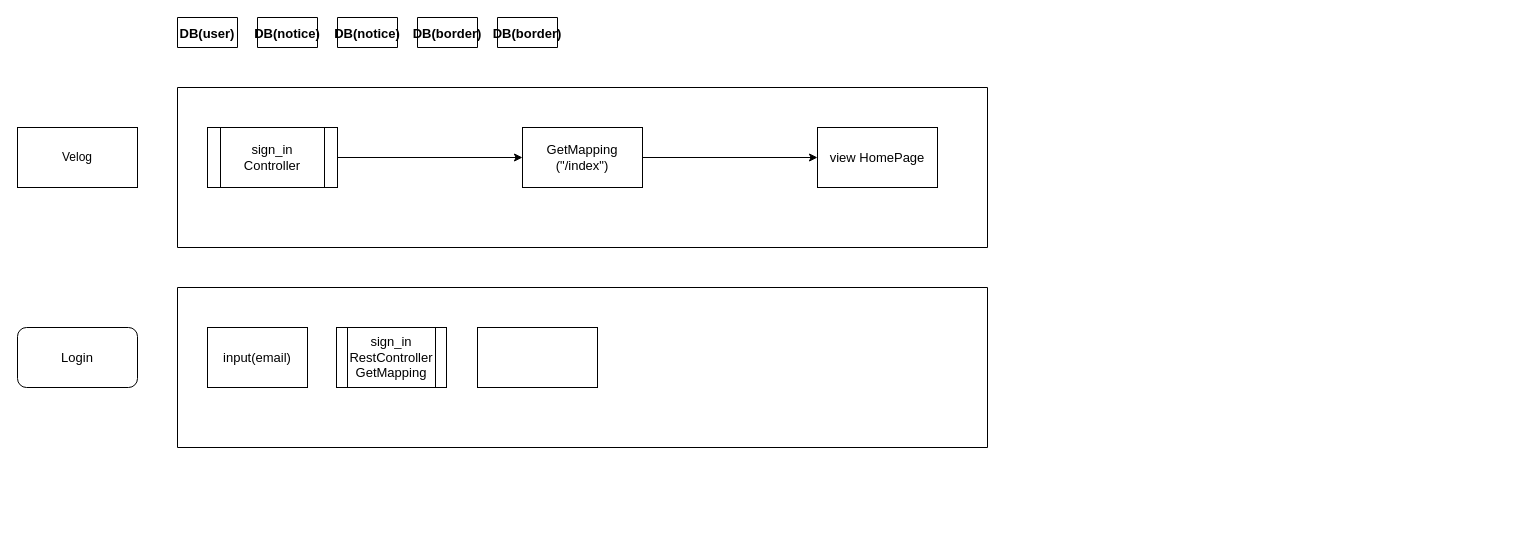
over0212/ProjectVelog keeps this draw.io diagram as velog Diagrams.drawio. Above is the earlier version. Source tidied: cells renumbered, new cells numbered last; positions are measured from the earlier drawing's top-left corner, leaving out a move shared by most shapes. Both pictures are drawn from the tidied source at 100%, with x=0, y=0 at pixel (17, 17).
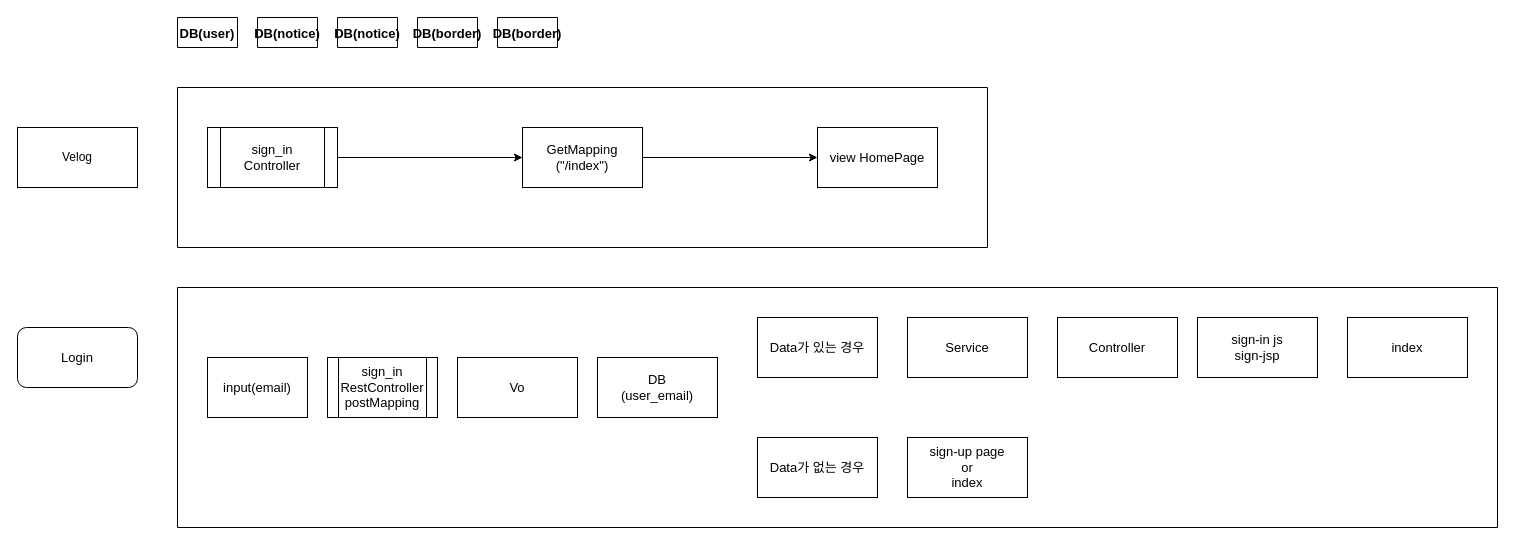
The same diagram, later.

Commit message (it also covers changes not shown here):
aiden Icon and diagrams

Diff of the diagram source:
```diff
@@
     <mxCell id="15" style="verticalLabelPosition=bottom;verticalAlign=top;html=1;shape=mxgraph.basic.rect;fillColor2=none;strokeWidth=1;size=20;indent=5;fontSize=13;" parent="1" vertex="1">
-      <mxGeometry x="160" y="270" width="810" height="160" as="geometry" />
+      <mxGeometry x="160" y="270" width="1320" height="240" as="geometry" />
     </mxCell>
     <mxCell id="16" value="input(email)" style="rounded=0;whiteSpace=wrap;html=1;fontSize=13;strokeWidth=1;verticalAlign=middle;align=center;" parent="1" vertex="1">
-      <mxGeometry x="190" y="310" width="100" height="60" as="geometry" />
+      <mxGeometry x="190" y="340" width="100" height="60" as="geometry" />
     </mxCell>
-    <mxCell id="17" value="sign_in&lt;br&gt;RestController&lt;br&gt;GetMapping" style="shape=process;whiteSpace=wrap;html=1;backgroundOutline=1;fontSize=13;strokeWidth=1;align=center;verticalAlign=middle;" parent="1" vertex="1">
-      <mxGeometry x="319" y="310" width="110" height="60" as="geometry" />
+    <mxCell id="17" value="sign_in&lt;br&gt;RestController&lt;br&gt;postMapping" style="shape=process;whiteSpace=wrap;html=1;backgroundOutline=1;fontSize=13;strokeWidth=1;align=center;verticalAlign=middle;" parent="1" vertex="1">
+      <mxGeometry x="310" y="340" width="110" height="60" as="geometry" />
     </mxCell>
-    <mxCell id="18" style="rounded=0;whiteSpace=wrap;html=1;fontSize=13;strokeWidth=1;align=center;verticalAlign=middle;" parent="1" vertex="1">
-      <mxGeometry x="460" y="310" width="120" height="60" as="geometry" />
+    <mxCell id="18" value="Vo" style="rounded=0;whiteSpace=wrap;html=1;fontSize=13;strokeWidth=1;align=center;verticalAlign=middle;" parent="1" vertex="1">
+      <mxGeometry x="440" y="340" width="120" height="60" as="geometry" />
     </mxCell>
@@
+    <mxCell id="20" value="DB&lt;br&gt;(user_email)" style="rounded=0;whiteSpace=wrap;html=1;fontSize=13;strokeWidth=1;align=center;verticalAlign=middle;" parent="1" vertex="1">
+      <mxGeometry x="580" y="340" width="120" height="60" as="geometry" />
+    </mxCell>
+    <mxCell id="21" value="Data가 있는 경우" style="rounded=0;whiteSpace=wrap;html=1;fontSize=13;strokeWidth=1;align=center;verticalAlign=middle;" parent="1" vertex="1">
+      <mxGeometry x="740" y="300" width="120" height="60" as="geometry" />
+    </mxCell>
+    <mxCell id="22" value="Data가 없는 경우" style="rounded=0;whiteSpace=wrap;html=1;fontSize=13;strokeWidth=1;align=center;verticalAlign=middle;" parent="1" vertex="1">
+      <mxGeometry x="740" y="420" width="120" height="60" as="geometry" />
+    </mxCell>
+    <mxCell id="23" value="Service" style="rounded=0;whiteSpace=wrap;html=1;fontSize=13;strokeWidth=1;align=center;verticalAlign=middle;" parent="1" vertex="1">
+      <mxGeometry x="890" y="300" width="120" height="60" as="geometry" />
+    </mxCell>
+    <mxCell id="24" value="Controller" style="rounded=0;whiteSpace=wrap;html=1;fontSize=13;strokeWidth=1;align=center;verticalAlign=middle;" parent="1" vertex="1">
+      <mxGeometry x="1040" y="300" width="120" height="60" as="geometry" />
+    </mxCell>
+    <mxCell id="25" value="sign-up page&lt;br&gt;or&lt;br&gt;index" style="rounded=0;whiteSpace=wrap;html=1;fontSize=13;strokeWidth=1;align=center;verticalAlign=middle;" parent="1" vertex="1">
+      <mxGeometry x="890" y="420" width="120" height="60" as="geometry" />
+    </mxCell>
+    <mxCell id="26" value="sign-in js&lt;br&gt;sign-jsp" style="rounded=0;whiteSpace=wrap;html=1;fontSize=13;strokeWidth=1;align=center;verticalAlign=middle;" parent="1" vertex="1">
+      <mxGeometry x="1180" y="300" width="120" height="60" as="geometry" />
+    </mxCell>
+    <mxCell id="27" value="index" style="rounded=0;whiteSpace=wrap;html=1;fontSize=13;strokeWidth=1;align=center;verticalAlign=middle;" parent="1" vertex="1">
+      <mxGeometry x="1330" y="300" width="120" height="60" as="geometry" />
+    </mxCell>
```
